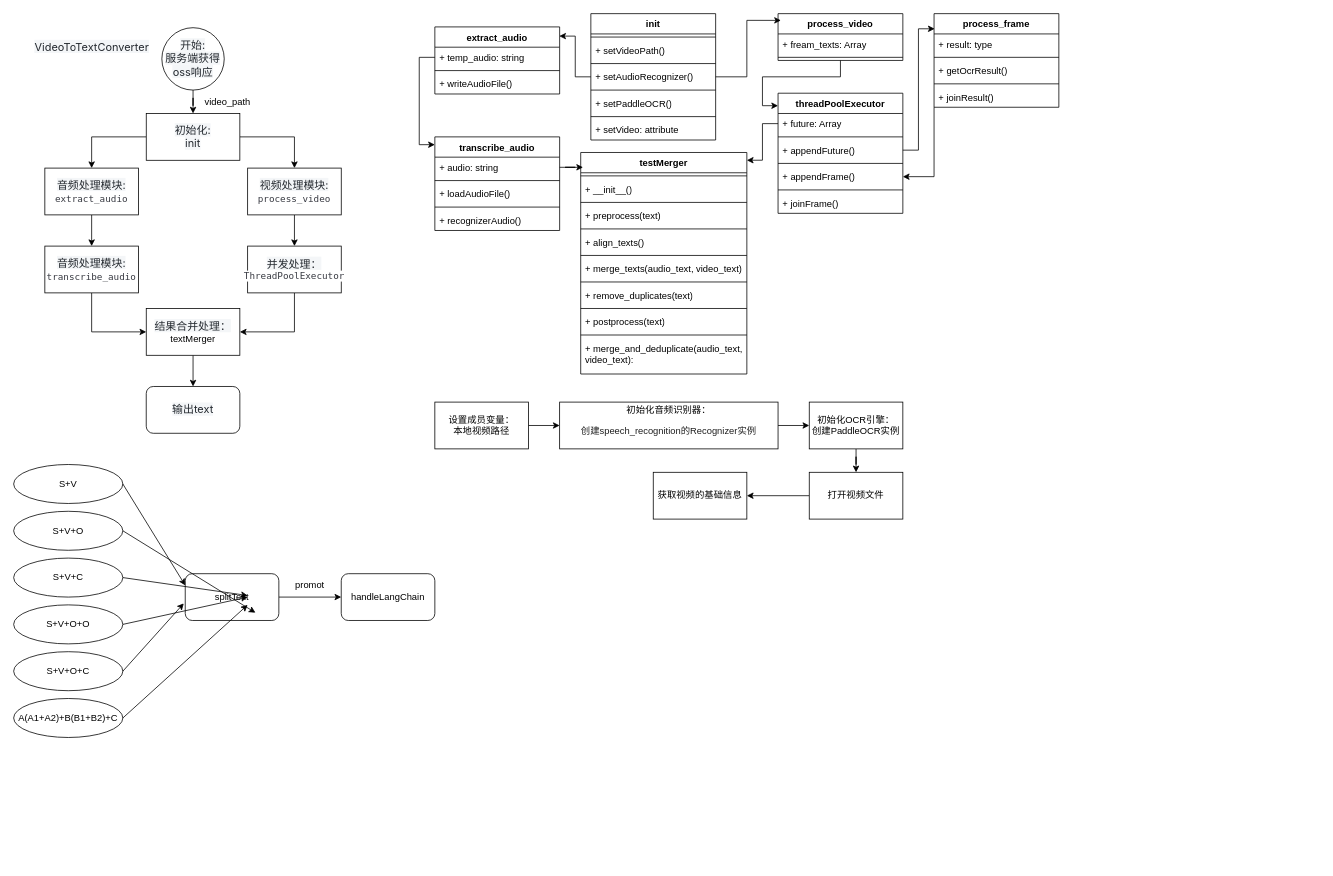
Before: 未命名绘图.drawio in gjf610/my-blog, a draw.io diagram. Source tidied: cells renumbered, new cells numbered last; positions are measured from the earlier drawing's top-left corner, leaving out a move shared by most shapes. Both pictures are drawn from the tidied source at 78%, with x=0, y=0 at pixel (13, 13).
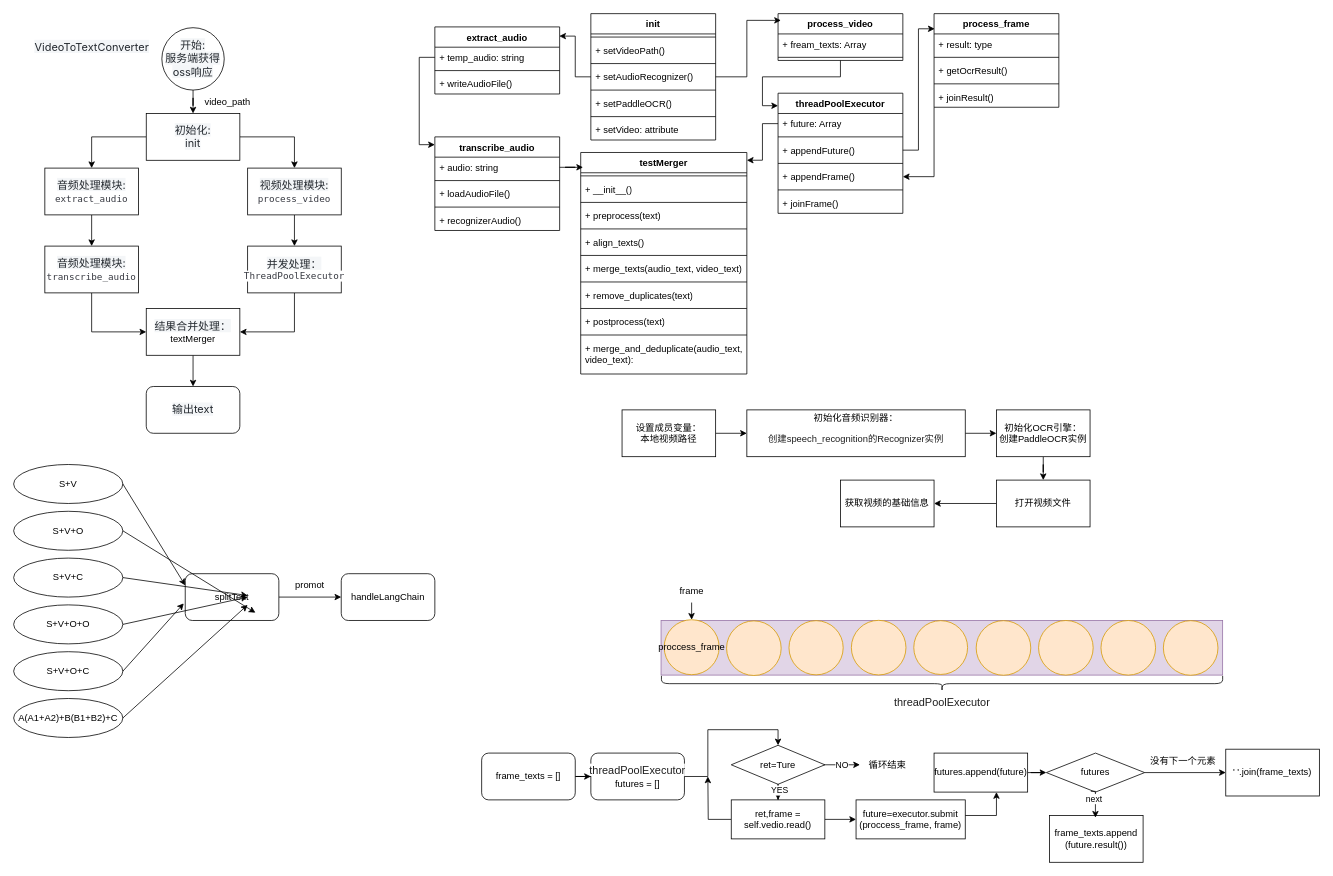
The same diagram, later.

Commit message:
更新未命名绘图.drawio

The edit, as a diff of the source:
```diff
@@
     <mxCell id="96" value="设置成员变量：&lt;br&gt;本地视频路径" style="rounded=0;whiteSpace=wrap;html=1;" parent="1" vertex="1">
-      <mxGeometry x="540" y="498" width="120" height="60" as="geometry" />
+      <mxGeometry x="780" y="508" width="120" height="60" as="geometry" />
     </mxCell>
@@
     <mxCell id="98" value="&lt;font style=&quot;font-size: 12px;&quot;&gt;初始化音频识别器：&lt;br&gt;&lt;/font&gt;&lt;p class=&quot;MsoNormal&quot;&gt;&lt;font face=&quot;Helvetica&quot; style=&quot;font-size: 12px;&quot;&gt;&lt;span style=&quot;color: rgb(31, 31, 31); letter-spacing: 0pt; background: rgb(255, 255, 255);&quot; class=&quot;16&quot;&gt;&lt;font style=&quot;font-size: 12px;&quot;&gt;创建speech_recognition的&lt;/font&gt;&lt;/span&gt;&lt;span style=&quot;background-color: rgb(255, 255, 255); color: rgb(31, 31, 31); letter-spacing: 0pt;&quot;&gt;Recognizer实例&lt;/span&gt;&lt;/font&gt;&lt;/p&gt;" style="rounded=0;whiteSpace=wrap;html=1;" parent="1" vertex="1">
-      <mxGeometry x="700" y="498" width="280" height="60" as="geometry" />
+      <mxGeometry x="940" y="508" width="280" height="60" as="geometry" />
     </mxCell>
@@
     <mxCell id="100" value="打开视频文件" style="rounded=0;whiteSpace=wrap;html=1;" parent="1" vertex="1">
-      <mxGeometry x="1020" y="588" width="120" height="60" as="geometry" />
+      <mxGeometry x="1260" y="598" width="120" height="60" as="geometry" />
     </mxCell>
@@
     <mxCell id="102" value="初始化OCR引擎：&lt;div&gt;创建PaddleOCR实例&lt;/div&gt;" style="rounded=0;whiteSpace=wrap;html=1;" parent="1" vertex="1">
-      <mxGeometry x="1020" y="498" width="120" height="60" as="geometry" />
+      <mxGeometry x="1260" y="508" width="120" height="60" as="geometry" />
     </mxCell>
     <mxCell id="103" value="获取视频的基础信息" style="rounded=0;whiteSpace=wrap;html=1;" parent="1" vertex="1">
-      <mxGeometry x="820" y="588" width="120" height="60" as="geometry" />
+      <mxGeometry x="1060" y="598" width="120" height="60" as="geometry" />
     </mxCell>
+    <mxCell id="104" style="rounded=0;whiteSpace=wrap;html=1;fillColor=#e1d5e7;strokeColor=#9673a6;" parent="1" vertex="1">
+      <mxGeometry x="830" y="778" width="720" height="70" as="geometry" />
+    </mxCell>
+    <mxCell id="105" value="proccess_frame" style="ellipse;whiteSpace=wrap;html=1;fillColor=#ffe6cc;strokeColor=#d79b00;" parent="1" vertex="1">
+      <mxGeometry x="834" y="777" width="70.5" height="70.5" as="geometry" />
+    </mxCell>
+    <mxCell id="106" style="ellipse;whiteSpace=wrap;html=1;fillColor=#ffe6cc;strokeColor=#d79b00;" parent="1" vertex="1">
+      <mxGeometry x="914" y="778.5" width="70" height="70" as="geometry" />
+    </mxCell>
+    <mxCell id="107" style="ellipse;whiteSpace=wrap;html=1;fillColor=#ffe6cc;strokeColor=#d79b00;" parent="1" vertex="1">
+      <mxGeometry x="994" y="778.2" width="69.5" height="69.5" as="geometry" />
+    </mxCell>
+    <mxCell id="108" style="ellipse;whiteSpace=wrap;html=1;fillColor=#ffe6cc;strokeColor=#d79b00;" parent="1" vertex="1">
+      <mxGeometry x="1234" y="778.2" width="70" height="70" as="geometry" />
+    </mxCell>
+    <mxCell id="109" style="ellipse;whiteSpace=wrap;html=1;fillColor=#ffe6cc;strokeColor=#d79b00;" parent="1" vertex="1">
+      <mxGeometry x="1154" y="778.2" width="69" height="69" as="geometry" />
+    </mxCell>
+    <mxCell id="110" style="ellipse;whiteSpace=wrap;html=1;fillColor=#ffe6cc;strokeColor=#d79b00;" parent="1" vertex="1">
+      <mxGeometry x="1074" y="777.8" width="70" height="70" as="geometry" />
+    </mxCell>
+    <mxCell id="111" style="shape=curlyBracket;whiteSpace=wrap;html=1;rounded=1;flipH=1;labelPosition=right;verticalLabelPosition=middle;align=left;verticalAlign=middle;direction=north;" parent="1" vertex="1">
+      <mxGeometry x="830.5" y="849" width="719.5" height="20" as="geometry" />
+    </mxCell>
+    <mxCell id="112" value="&lt;p class=&quot;MsoNormal&quot;&gt;&lt;span style=&quot;font-family: 宋体; color: rgb(31, 31, 31); letter-spacing: 0pt; font-size: 10.5pt; background: rgb(255, 255, 255);&quot; class=&quot;16&quot;&gt;&lt;font face=&quot;宋体&quot;&gt;threadPoolExecutor&lt;/font&gt;&lt;/span&gt;&lt;/p&gt;" style="text;html=1;align=center;verticalAlign=middle;strokeColor=none;fillColor=none;" parent="1" vertex="1">
+      <mxGeometry x="1115.2" y="858" width="150" height="50" as="geometry" />
+    </mxCell>
+    <mxCell id="113" style="ellipse;whiteSpace=wrap;html=1;fillColor=#ffe6cc;strokeColor=#d79b00;" parent="1" vertex="1">
+      <mxGeometry x="1314" y="778" width="70" height="70" as="geometry" />
+    </mxCell>
+    <mxCell id="114" style="ellipse;whiteSpace=wrap;html=1;fillColor=#ffe6cc;strokeColor=#d79b00;" parent="1" vertex="1">
+      <mxGeometry x="1394" y="778" width="70" height="70" as="geometry" />
+    </mxCell>
+    <mxCell id="115" style="edgeStyle=orthogonalEdgeStyle;rounded=0;jettySize=auto;html=1;entryX=0.5;entryY=0;entryDx=0;entryDy=0;" parent="1" edge="1" source="116" target="121">
+      <mxGeometry relative="1" as="geometry">
+        <Array as="points">
+          <mxPoint x="890" y="978" />
+          <mxPoint x="890" y="918" />
+          <mxPoint x="980" y="918" />
+        </Array>
+      </mxGeometry>
+    </mxCell>
+    <mxCell id="116" value="&lt;span style=&quot;color: rgb(31, 31, 31); font-family: 宋体; font-size: 14px; text-wrap: nowrap; background-color: rgb(255, 255, 255);&quot;&gt;threadPoolExecutor&lt;br&gt;&lt;/span&gt;futures = []&lt;span style=&quot;color: rgb(31, 31, 31); font-family: 宋体; font-size: 14px; text-wrap: nowrap; background-color: rgb(255, 255, 255);&quot;&gt;&lt;br&gt;&lt;/span&gt;" style="rounded=1;whiteSpace=wrap;html=1;" parent="1" vertex="1">
+      <mxGeometry x="740" y="948" width="120" height="60" as="geometry" />
+    </mxCell>
+    <mxCell id="117" style="edgeStyle=orthogonalEdgeStyle;rounded=0;jettySize=auto;html=1;" parent="1" edge="1" source="121" target="124">
+      <mxGeometry relative="1" as="geometry" />
+    </mxCell>
+    <mxCell id="118" value="YES" style="edgeLabel;html=1;align=center;verticalAlign=middle;" parent="117" vertex="1">
+      <mxGeometry x="-0.76" y="1" relative="1" as="geometry" />
+    </mxCell>
+    <mxCell id="119" style="edgeStyle=orthogonalEdgeStyle;rounded=0;orthogonalLoop=1;jettySize=auto;html=1;" parent="1" edge="1">
+      <mxGeometry relative="1" as="geometry">
+        <mxPoint x="980" y="962" as="sourcePoint" />
+        <mxPoint x="1085" y="963" as="targetPoint" />
+        <Array as="points">
+          <mxPoint x="980" y="963" />
+        </Array>
+      </mxGeometry>
+    </mxCell>
+    <mxCell id="120" value="NO" style="edgeLabel;html=1;align=center;verticalAlign=middle;" parent="119" vertex="1">
+      <mxGeometry x="0.54" relative="1" as="geometry">
+        <mxPoint y="-1" as="offset" />
+      </mxGeometry>
+    </mxCell>
+    <mxCell id="121" value="ret=Ture" style="rhombus;whiteSpace=wrap;html=1;" parent="1" vertex="1">
+      <mxGeometry x="920" y="938" width="120" height="50" as="geometry" />
+    </mxCell>
+    <mxCell id="122" style="edgeStyle=orthogonalEdgeStyle;rounded=0;jettySize=auto;html=1;" parent="1" edge="1" source="124" target="127">
+      <mxGeometry relative="1" as="geometry" />
+    </mxCell>
+    <mxCell id="123" style="edgeStyle=orthogonalEdgeStyle;rounded=0;jettySize=auto;html=1;" parent="1" edge="1" source="124">
+      <mxGeometry relative="1" as="geometry">
+        <mxPoint x="890" y="978" as="targetPoint" />
+      </mxGeometry>
+    </mxCell>
+    <mxCell id="124" value="ret,frame = self.vedio.read()" style="rounded=0;whiteSpace=wrap;html=1;" parent="1" vertex="1">
+      <mxGeometry x="920" y="1008" width="120" height="50" as="geometry" />
+    </mxCell>
+    <mxCell id="125" value="循环结束" style="text;html=1;align=center;verticalAlign=middle;strokeColor=none;fillColor=none;" parent="1" vertex="1">
+      <mxGeometry x="1085" y="948" width="70" height="30" as="geometry" />
+    </mxCell>
+    <mxCell id="126" style="edgeStyle=orthogonalEdgeStyle;rounded=0;jettySize=auto;html=1;" parent="1" edge="1" target="129">
+      <mxGeometry relative="1" as="geometry">
+        <mxPoint x="1219.5" y="1028" as="sourcePoint" />
+        <Array as="points">
+          <mxPoint x="1260" y="1028" />
+        </Array>
+      </mxGeometry>
+    </mxCell>
+    <mxCell id="127" value="future=executor.submit&lt;br&gt;(proccess_frame, frame)" style="rounded=0;whiteSpace=wrap;html=1;" parent="1" vertex="1">
+      <mxGeometry x="1080" y="1008" width="140" height="50" as="geometry" />
+    </mxCell>
+    <mxCell id="128" style="edgeStyle=orthogonalEdgeStyle;rounded=0;jettySize=auto;html=1;entryX=0;entryY=0.5;entryDx=0;entryDy=0;" parent="1" edge="1" source="129" target="131">
+      <mxGeometry relative="1" as="geometry" />
+    </mxCell>
+    <mxCell id="129" value="futures.append(future)" style="rounded=0;whiteSpace=wrap;html=1;" parent="1" vertex="1">
+      <mxGeometry x="1180" y="948" width="120" height="50" as="geometry" />
+    </mxCell>
+    <mxCell id="130" style="edgeStyle=orthogonalEdgeStyle;rounded=0;jettySize=auto;html=1;entryX=0;entryY=0.5;entryDx=0;entryDy=0;" parent="1" edge="1" source="131" target="138">
+      <mxGeometry relative="1" as="geometry" />
+    </mxCell>
+    <mxCell id="131" value="futures" style="rhombus;whiteSpace=wrap;html=1;" parent="1" vertex="1">
+      <mxGeometry x="1324" y="948" width="126" height="50" as="geometry" />
+    </mxCell>
+    <mxCell id="132" style="edgeStyle=orthogonalEdgeStyle;rounded=0;jettySize=auto;html=1;entryX=0;entryY=0.5;entryDx=0;entryDy=0;" parent="1" edge="1" source="133" target="116">
+      <mxGeometry relative="1" as="geometry" />
+    </mxCell>
+    <mxCell id="133" value="frame_texts = []" style="rounded=1;whiteSpace=wrap;html=1;" parent="1" vertex="1">
+      <mxGeometry x="600" y="948" width="120" height="60" as="geometry" />
+    </mxCell>
+    <mxCell id="134" value="frame_texts.append&lt;br&gt;(future.result())" style="rounded=0;whiteSpace=wrap;html=1;" parent="1" vertex="1">
+      <mxGeometry x="1328" y="1028" width="120" height="60" as="geometry" />
+    </mxCell>
+    <mxCell id="135" style="edgeStyle=orthogonalEdgeStyle;rounded=0;orthogonalLoop=1;jettySize=auto;html=1;entryX=0.541;entryY=0.064;entryDx=0;entryDy=0;entryPerimeter=0;" parent="1" edge="1">
+      <mxGeometry relative="1" as="geometry">
+        <mxPoint x="1381" y="997" as="sourcePoint" />
+        <mxPoint x="1386.9" y="1030.8" as="targetPoint" />
+      </mxGeometry>
+    </mxCell>
+    <mxCell id="136" value="next" style="edgeLabel;html=1;align=center;verticalAlign=middle;" parent="135" vertex="1">
+      <mxGeometry x="-0.42" y="-1" relative="1" as="geometry">
+        <mxPoint x="-1" y="3" as="offset" />
+      </mxGeometry>
+    </mxCell>
+    <mxCell id="137" value="没有下一个元素" style="text;html=1;align=center;verticalAlign=middle;strokeColor=none;fillColor=none;" parent="1" vertex="1">
+      <mxGeometry x="1444" y="943" width="110" height="30" as="geometry" />
+    </mxCell>
+    <mxCell id="138" value="' '.join(frame_texts)" style="rounded=0;whiteSpace=wrap;html=1;" parent="1" vertex="1">
+      <mxGeometry x="1554" y="943" width="120" height="60" as="geometry" />
+    </mxCell>
+    <mxCell id="139" style="edgeStyle=orthogonalEdgeStyle;rounded=0;jettySize=auto;html=1;" parent="1" edge="1" source="140" target="105">
+      <mxGeometry relative="1" as="geometry" />
+    </mxCell>
+    <mxCell id="140" value="&lt;span style=&quot;text-wrap: wrap;&quot;&gt;frame&lt;/span&gt;" style="text;html=1;align=center;verticalAlign=middle;points=[];strokeColor=none;fillColor=none;" parent="1" vertex="1">
+      <mxGeometry x="844.2" y="725" width="50" height="30" as="geometry" />
+    </mxCell>
+    <mxCell id="141" style="ellipse;whiteSpace=wrap;html=1;fillColor=#ffe6cc;strokeColor=#d79b00;" parent="1" vertex="1">
+      <mxGeometry x="1474" y="778.2" width="70" height="70" as="geometry" />
+    </mxCell>
```
